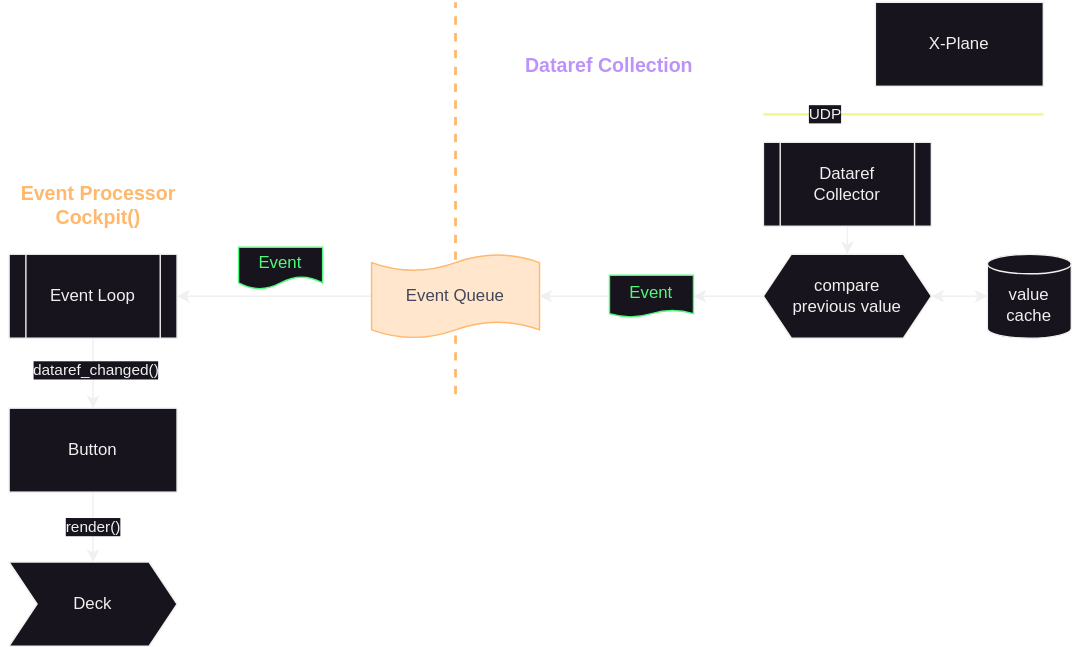
devleaks/cockpitdecks-docs keeps this draw.io diagram as docs/images/dataref updates.svg. Above is the earlier version. Source tidied: cells renumbered, new cells last; positions are measured from the earlier drawing's top-left corner, leaving out a move shared by most shapes.
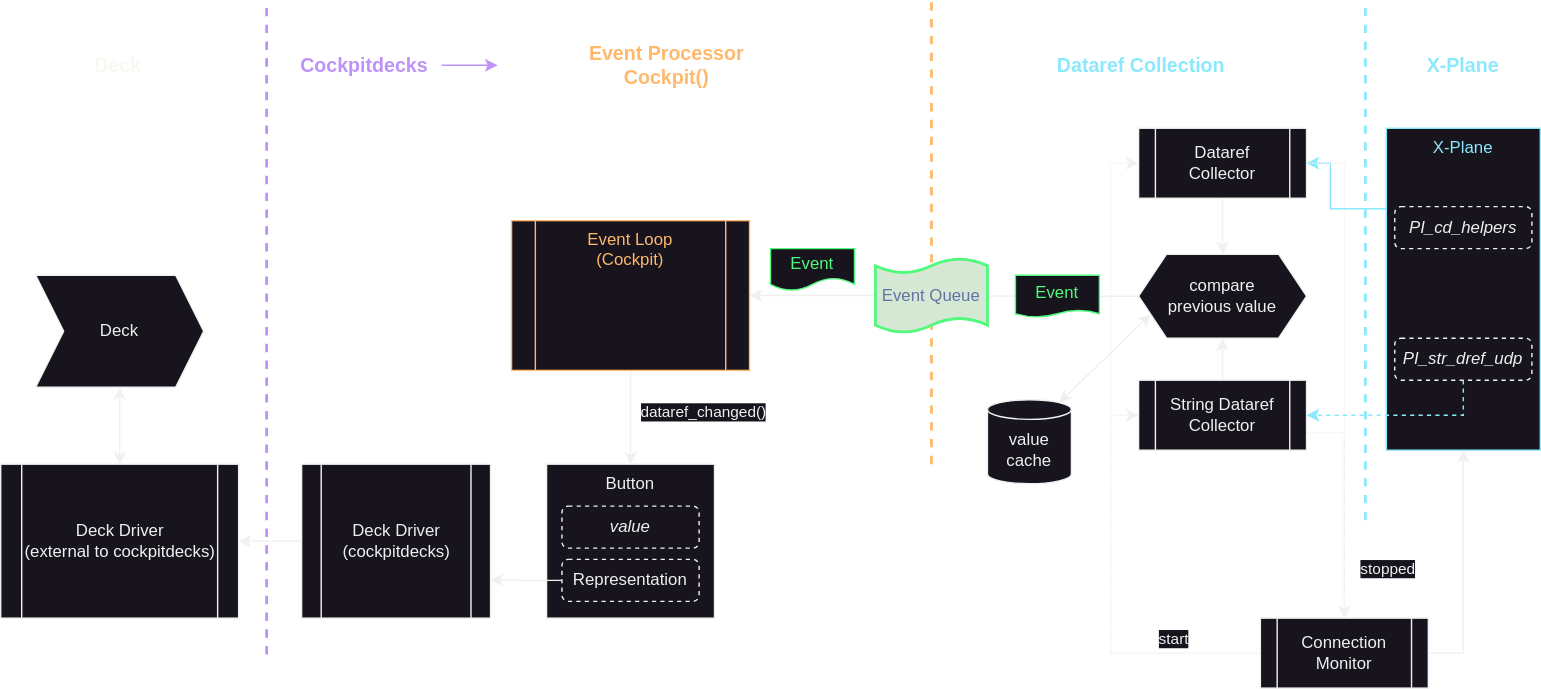
The same diagram one commit later.

Commit message:
nicer architecture graphics

What changed in the source:
```diff
@@ -4,78 +4,184 @@
     <mxCell id="1" parent="0" />
     <mxCell id="2" style="endArrow=none;html=1;rounded=0;strokeWidth=2;strokeColor=#FFB86C;dashed=1;" parent="1" edge="1">
       <mxGeometry relative="1" as="geometry">
-        <mxPoint x="325" y="280" as="sourcePoint" />
-        <mxPoint x="325" as="targetPoint" />
+        <mxPoint x="320" y="340" as="sourcePoint" />
+        <mxPoint x="320" y="10" as="targetPoint" />
       </mxGeometry>
     </mxCell>
-    <mxCell id="3" style="endArrow=none;html=1;rounded=0;strokeWidth=2;strokeColor=#F1FA8C;" parent="1" edge="1">
-      <mxGeometry relative="1" as="geometry">
-        <mxPoint x="745" y="80" as="sourcePoint" />
-        <mxPoint x="545" y="80" as="targetPoint" />
-      </mxGeometry>
-    </mxCell>
-    <mxCell id="4" value="UDP" style="edgeLabel;html=1;align=center;verticalAlign=middle;" parent="3" vertex="1">
-      <mxGeometry x="0.57" y="-1" relative="1" as="geometry" />
-    </mxCell>
+    <mxCell id="25" style="edgeStyle=orthogonalEdgeStyle;rounded=0;jettySize=auto;html=1;exitX=0;exitY=0.25;exitDx=0;exitDy=0;entryX=1;entryY=0.5;entryDx=0;entryDy=0;strokeColor=#8BE9FD;" parent="1" edge="1" source="5" target="7">
+      <mxGeometry relative="1" as="geometry">
+        <Array as="points">
+          <mxPoint x="605" y="158" />
+          <mxPoint x="605" y="125" />
+        </Array>
+      </mxGeometry>
+    </mxCell>
-    <mxCell id="5" value="X-Plane" style="rounded=0;whiteSpace=wrap;html=1;" parent="1" vertex="1">
-      <mxGeometry x="625" width="120" height="60" as="geometry" />
+    <mxCell id="5" value="X-Plane" style="rounded=0;whiteSpace=wrap;html=1;fontColor=#8BE9FD;strokeColor=#8BE9FD;verticalAlign=top;" parent="1" vertex="1">
+      <mxGeometry x="645" y="100" width="110" height="230" as="geometry" />
     </mxCell>
     <mxCell id="6" style="edgeStyle=orthogonalEdgeStyle;rounded=0;jettySize=auto;html=1;exitX=0.5;exitY=1;exitDx=0;exitDy=0;entryX=0.5;entryY=0;entryDx=0;entryDy=0;" parent="1" edge="1" source="7" target="8">
       <mxGeometry relative="1" as="geometry" />
     </mxCell>
+    <mxCell id="26" style="edgeStyle=orthogonalEdgeStyle;rounded=0;jettySize=auto;html=1;entryX=0.5;entryY=0;entryDx=0;entryDy=0;dashed=1;dashPattern=1 1;" parent="1" edge="1" source="7" target="51">
+      <mxGeometry relative="1" as="geometry">
+        <Array as="points">
+          <mxPoint x="615" y="125" />
+        </Array>
+      </mxGeometry>
+    </mxCell>
     <mxCell id="7" value="Dataref&lt;div&gt;Collector&lt;/div&gt;" style="shape=process;whiteSpace=wrap;html=1;backgroundOutline=1;" parent="1" vertex="1">
-      <mxGeometry x="545" y="100" width="120" height="60" as="geometry" />
+      <mxGeometry x="468" y="100" width="120" height="50" as="geometry" />
     </mxCell>
     <mxCell id="8" value="compare&lt;div&gt;previous value&lt;/div&gt;" style="shape=hexagon;perimeter=hexagonPerimeter2;whiteSpace=wrap;html=1;fixedSize=1;" parent="1" vertex="1">
-      <mxGeometry x="545" y="180" width="120" height="60" as="geometry" />
+      <mxGeometry x="468" y="190" width="120" height="60" as="geometry" />
     </mxCell>
-    <mxCell id="9" style="edgeStyle=orthogonalEdgeStyle;rounded=0;jettySize=auto;html=1;entryX=1;entryY=0.5;entryDx=0;entryDy=0;" parent="1" edge="1" source="10" target="14">
-      <mxGeometry relative="1" as="geometry" />
-    </mxCell>
-    <mxCell id="10" value="Event Queue" style="shape=tape;whiteSpace=wrap;html=1;size=0.2;fillColor=#ffe6cc;strokeColor=#FFB86C;fontColor=#44475A;" parent="1" vertex="1">
-      <mxGeometry x="265" y="180" width="120" height="60" as="geometry" />
-    </mxCell>
-    <mxCell id="11" style="edgeStyle=orthogonalEdgeStyle;rounded=0;jettySize=auto;html=1;exitX=0;exitY=0.5;exitDx=0;exitDy=0;entryX=1;entryY=0.5;entryDx=0;entryDy=0;entryPerimeter=0;" parent="1" edge="1" source="24" target="10">
-      <mxGeometry relative="1" as="geometry" />
+    <mxCell id="11" style="edgeStyle=orthogonalEdgeStyle;rounded=0;jettySize=auto;html=1;exitX=0;exitY=0.5;exitDx=0;exitDy=0;entryX=1;entryY=0.5;entryDx=0;entryDy=0;entryPerimeter=0;" parent="1" edge="1" source="24">
+      <mxGeometry relative="1" as="geometry">
+        <mxPoint x="320" y="219.5" as="targetPoint" />
+      </mxGeometry>
     </mxCell>
-    <mxCell id="12" style="edgeStyle=orthogonalEdgeStyle;rounded=0;jettySize=auto;html=1;entryX=0.5;entryY=0;entryDx=0;entryDy=0;" parent="1" edge="1" source="14" target="16">
+    <mxCell id="12" style="edgeStyle=orthogonalEdgeStyle;rounded=0;jettySize=auto;html=1;entryX=0.5;entryY=0;entryDx=0;entryDy=0;exitX=0.5;exitY=1;exitDx=0;exitDy=0;" parent="1" edge="1" source="28" target="16">
       <mxGeometry relative="1" as="geometry" />
     </mxCell>
     <mxCell id="13" value="dataref_changed()" style="edgeLabel;html=1;align=center;verticalAlign=middle;" parent="12" vertex="1">
-      <mxGeometry x="-0.12" y="1" relative="1" as="geometry" />
+      <mxGeometry x="-0.12" y="1" relative="1" as="geometry">
+        <mxPoint x="50" as="offset" />
+      </mxGeometry>
     </mxCell>
-    <mxCell id="14" value="Event Loop" style="shape=process;whiteSpace=wrap;html=1;backgroundOutline=1;" parent="1" vertex="1">
-      <mxGeometry x="6" y="180" width="120" height="60" as="geometry" />
-    </mxCell>
-    <mxCell id="15" value="render()" style="edgeStyle=orthogonalEdgeStyle;rounded=0;jettySize=auto;html=1;exitX=0.5;exitY=1;exitDx=0;exitDy=0;entryX=0.5;entryY=0;entryDx=0;entryDy=0;" parent="1" edge="1" source="16" target="17">
-      <mxGeometry relative="1" as="geometry" />
-    </mxCell>
-    <mxCell id="16" value="Button" style="rounded=0;whiteSpace=wrap;html=1;" parent="1" vertex="1">
-      <mxGeometry x="6" y="290" width="120" height="60" as="geometry" />
-    </mxCell>
-    <mxCell id="17" value="Deck" style="shape=step;perimeter=stepPerimeter;whiteSpace=wrap;html=1;fixedSize=1;" parent="1" vertex="1">
-      <mxGeometry x="6" y="400" width="120" height="60" as="geometry" />
-    </mxCell>
-    <mxCell id="18" value="Dataref Collection" style="text;html=1;align=center;verticalAlign=middle;whiteSpace=wrap;rounded=0;fontSize=14;fontStyle=1;fontColor=#BD93F9;" parent="1" vertex="1">
-      <mxGeometry x="365" y="30" width="140" height="30" as="geometry" />
+    <mxCell id="18" value="Dataref Collection" style="text;html=1;align=center;verticalAlign=middle;whiteSpace=wrap;rounded=0;fontSize=14;fontStyle=1;fontColor=#8BE9FD;" parent="1" vertex="1">
+      <mxGeometry x="400" y="40" width="140" height="30" as="geometry" />
     </mxCell>
     <mxCell id="19" value="Event Processor&lt;div&gt;Cockpit()&lt;/div&gt;" style="text;html=1;align=center;verticalAlign=middle;whiteSpace=wrap;rounded=0;fontSize=14;fontStyle=1;fontColor=#FFB86C;" parent="1" vertex="1">
-      <mxGeometry y="130" width="140" height="30" as="geometry" />
+      <mxGeometry x="61" y="40" width="140" height="30" as="geometry" />
     </mxCell>
-    <mxCell id="20" style="edgeStyle=orthogonalEdgeStyle;rounded=0;jettySize=auto;html=1;entryX=1;entryY=0.5;entryDx=0;entryDy=0;startArrow=classic;startFill=1;" parent="1" edge="1" source="21" target="8">
+    <mxCell id="20" style="rounded=0;jettySize=auto;html=1;entryX=0;entryY=0.75;entryDx=0;entryDy=0;startArrow=classic;startFill=1;exitX=0.855;exitY=0;exitDx=0;exitDy=2.03;exitPerimeter=0;" parent="1" edge="1" source="21" target="8">
       <mxGeometry relative="1" as="geometry" />
     </mxCell>
     <mxCell id="21" value="value cache" style="shape=cylinder3;whiteSpace=wrap;html=1;boundedLbl=1;backgroundOutline=1;size=7;" parent="1" vertex="1">
-      <mxGeometry x="705" y="180" width="60" height="60" as="geometry" />
+      <mxGeometry x="360" y="294" width="60" height="60" as="geometry" />
     </mxCell>
     <mxCell id="22" value="Event" style="shape=document;whiteSpace=wrap;html=1;boundedLbl=1;fontColor=#50FA7B;strokeColor=#50FA7B;" parent="1" vertex="1">
-      <mxGeometry x="170" y="175" width="60" height="30" as="geometry" />
+      <mxGeometry x="205" y="186" width="60" height="30" as="geometry" />
     </mxCell>
-    <mxCell id="23" style="edgeStyle=orthogonalEdgeStyle;rounded=0;jettySize=auto;html=1;exitX=0;exitY=0.5;exitDx=0;exitDy=0;entryX=1;entryY=0.5;entryDx=0;entryDy=0;entryPerimeter=0;" parent="1" edge="1" source="8" target="24">
-      <mxGeometry relative="1" as="geometry" />
+    <mxCell id="23" style="edgeStyle=orthogonalEdgeStyle;rounded=0;jettySize=auto;html=1;exitX=0;exitY=0.5;exitDx=0;exitDy=0;entryX=1;entryY=0.5;entryDx=0;entryDy=0;entryPerimeter=0;" parent="1" edge="1" source="8">
+      <mxGeometry relative="1" as="geometry">
+        <mxPoint x="390" y="220" as="targetPoint" />
+      </mxGeometry>
     </mxCell>
     <mxCell id="24" value="Event" style="shape=document;whiteSpace=wrap;html=1;boundedLbl=1;fontColor=#50FA7B;strokeColor=#50FA7B;size=0.16666666666666666;" parent="1" vertex="1">
-      <mxGeometry x="435" y="195" width="60" height="30" as="geometry" />
+      <mxGeometry x="380" y="205" width="60" height="30" as="geometry" />
     </mxCell>
+    <mxCell id="27" style="edgeStyle=orthogonalEdgeStyle;rounded=0;jettySize=auto;html=1;" parent="1" edge="1" source="10" target="28">
+      <mxGeometry relative="1" as="geometry" />
+    </mxCell>
+    <mxCell id="10" value="&lt;font color=&quot;#6272a4&quot;&gt;Event Queue&lt;/font&gt;" style="shape=tape;whiteSpace=wrap;html=1;size=0.2;fillColor=#d5e8d4;strokeColor=#50FA7B;strokeWidth=2;" parent="1" vertex="1">
+      <mxGeometry x="280" y="193" width="80" height="53" as="geometry" />
+    </mxCell>
+    <mxCell id="28" value="&lt;div&gt;Event Loop&lt;/div&gt;&lt;div&gt;(Cockpit)&lt;/div&gt;" style="shape=process;whiteSpace=wrap;html=1;backgroundOutline=1;verticalAlign=top;strokeColor=#FFB86C;fontColor=#FFB86C;" parent="1" vertex="1">
+      <mxGeometry x="20" y="166" width="170" height="107" as="geometry" />
+    </mxCell>
+    <mxCell id="16" value="Button" style="rounded=0;whiteSpace=wrap;html=1;verticalAlign=top;" parent="1" vertex="1">
+      <mxGeometry x="45" y="340" width="120" height="110" as="geometry" />
+    </mxCell>
+    <mxCell id="29" style="edgeStyle=orthogonalEdgeStyle;rounded=0;jettySize=auto;html=1;entryX=1;entryY=0.75;entryDx=0;entryDy=0;" parent="1" edge="1" source="30" target="34">
+      <mxGeometry relative="1" as="geometry" />
+    </mxCell>
+    <mxCell id="30" value="Representation" style="rounded=1;whiteSpace=wrap;html=1;dashed=1;" parent="1" vertex="1">
+      <mxGeometry x="56" y="408" width="98" height="30" as="geometry" />
+    </mxCell>
+    <mxCell id="31" style="edgeStyle=orthogonalEdgeStyle;rounded=0;jettySize=auto;html=1;exitX=0.5;exitY=1;exitDx=0;exitDy=0;entryX=0.5;entryY=0;entryDx=0;entryDy=0;startArrow=classic;startFill=1;" parent="1" edge="1" source="17" target="32">
+      <mxGeometry relative="1" as="geometry" />
+    </mxCell>
+    <mxCell id="17" value="Deck" style="shape=step;perimeter=stepPerimeter;whiteSpace=wrap;html=1;fixedSize=1;" parent="1" vertex="1">
+      <mxGeometry x="-320" y="205" width="120" height="80" as="geometry" />
+    </mxCell>
+    <mxCell id="32" value="Deck Driver&lt;div&gt;(external to cockpitdecks)&lt;/div&gt;" style="shape=process;whiteSpace=wrap;html=1;backgroundOutline=1;verticalAlign=middle;size=0.08571428571428572;" parent="1" vertex="1">
+      <mxGeometry x="-345" y="340" width="170" height="110" as="geometry" />
+    </mxCell>
+    <mxCell id="33" style="edgeStyle=orthogonalEdgeStyle;rounded=0;jettySize=auto;html=1;entryX=1;entryY=0.5;entryDx=0;entryDy=0;" parent="1" edge="1" source="34" target="32">
+      <mxGeometry relative="1" as="geometry" />
+    </mxCell>
+    <mxCell id="34" value="Deck Driver&lt;div&gt;(cockpitdecks)&lt;/div&gt;" style="shape=process;whiteSpace=wrap;html=1;backgroundOutline=1;verticalAlign=middle;" parent="1" vertex="1">
+      <mxGeometry x="-130" y="340" width="135" height="110" as="geometry" />
+    </mxCell>
+    <mxCell id="35" style="endArrow=none;html=1;rounded=0;strokeWidth=2;strokeColor=#BD93F9;dashed=1;" parent="1" edge="1">
+      <mxGeometry relative="1" as="geometry">
+        <mxPoint x="-155" y="476" as="sourcePoint" />
+        <mxPoint x="-155" y="14" as="targetPoint" />
+      </mxGeometry>
+    </mxCell>
+    <mxCell id="36" style="edgeStyle=orthogonalEdgeStyle;rounded=0;jettySize=auto;html=1;fontColor=#BD93F9;strokeColor=#BD93F9;" parent="1" edge="1" source="37">
+      <mxGeometry relative="1" as="geometry">
+        <mxPoint x="10" y="55" as="targetPoint" />
+      </mxGeometry>
+    </mxCell>
+    <mxCell id="37" value="Cockpitdecks" style="text;html=1;align=center;verticalAlign=middle;whiteSpace=wrap;rounded=0;fontSize=14;fontStyle=1;fontColor=#BD93F9;" parent="1" vertex="1">
+      <mxGeometry x="-140" y="40" width="110" height="30" as="geometry" />
+    </mxCell>
+    <mxCell id="38" value="Deck" style="text;html=1;align=center;verticalAlign=middle;whiteSpace=wrap;rounded=0;fontSize=14;fontStyle=1;fontColor=#F8F8F2;" parent="1" vertex="1">
+      <mxGeometry x="-295" y="40" width="68" height="30" as="geometry" />
+    </mxCell>
+    <mxCell id="39" value="value" style="rounded=1;whiteSpace=wrap;html=1;dashed=1;fontStyle=2;" parent="1" vertex="1">
+      <mxGeometry x="56" y="370" width="98" height="30" as="geometry" />
+    </mxCell>
+    <mxCell id="40" style="edgeStyle=orthogonalEdgeStyle;rounded=0;jettySize=auto;html=1;entryX=0.5;entryY=1;entryDx=0;entryDy=0;" parent="1" edge="1" source="43" target="8">
+      <mxGeometry relative="1" as="geometry" />
+    </mxCell>
+    <mxCell id="41" style="edgeStyle=orthogonalEdgeStyle;rounded=0;jettySize=auto;html=1;exitX=1;exitY=0.75;exitDx=0;exitDy=0;dashed=1;dashPattern=1 1;" parent="1" edge="1" source="43" target="51">
+      <mxGeometry relative="1" as="geometry" />
+    </mxCell>
+    <mxCell id="42" value="stopped" style="edgeLabel;html=1;align=center;verticalAlign=middle;" parent="41" vertex="1">
+      <mxGeometry x="0.55" relative="1" as="geometry">
+        <mxPoint x="30" as="offset" />
+      </mxGeometry>
+    </mxCell>
+    <mxCell id="43" value="String Dataref&lt;div&gt;Collector&lt;/div&gt;" style="shape=process;whiteSpace=wrap;html=1;backgroundOutline=1;" parent="1" vertex="1">
+      <mxGeometry x="468" y="280" width="120" height="50" as="geometry" />
+    </mxCell>
+    <mxCell id="44" style="edgeStyle=orthogonalEdgeStyle;rounded=0;jettySize=auto;html=1;entryX=1;entryY=0.5;entryDx=0;entryDy=0;exitX=0.5;exitY=1;exitDx=0;exitDy=0;dashed=1;strokeColor=#8BE9FD;" parent="1" edge="1" source="45" target="43">
+      <mxGeometry relative="1" as="geometry" />
+    </mxCell>
+    <mxCell id="45" value="PI_str_dref_udp" style="rounded=1;whiteSpace=wrap;html=1;dashed=1;fontStyle=2;" parent="1" vertex="1">
+      <mxGeometry x="651" y="250" width="98" height="30" as="geometry" />
+    </mxCell>
+    <mxCell id="46" value="PI_cd_helpers" style="rounded=1;whiteSpace=wrap;html=1;dashed=1;fontStyle=2;" parent="1" vertex="1">
+      <mxGeometry x="651" y="156" width="98" height="30" as="geometry" />
+    </mxCell>
+    <mxCell id="47" style="edgeStyle=orthogonalEdgeStyle;rounded=0;jettySize=auto;html=1;exitX=1;exitY=0.5;exitDx=0;exitDy=0;" parent="1" edge="1" source="51" target="5">
+      <mxGeometry relative="1" as="geometry" />
+    </mxCell>
+    <mxCell id="48" style="edgeStyle=orthogonalEdgeStyle;rounded=0;jettySize=auto;html=1;entryX=0;entryY=0.5;entryDx=0;entryDy=0;dashed=1;dashPattern=1 1;" parent="1" edge="1" source="51" target="7">
+      <mxGeometry relative="1" as="geometry">
+        <Array as="points">
+          <mxPoint x="448" y="475" />
+          <mxPoint x="448" y="125" />
+        </Array>
+      </mxGeometry>
+    </mxCell>
+    <mxCell id="49" style="edgeStyle=orthogonalEdgeStyle;rounded=0;jettySize=auto;html=1;entryX=0;entryY=0.5;entryDx=0;entryDy=0;dashed=1;dashPattern=1 1;" parent="1" edge="1" source="51" target="43">
+      <mxGeometry relative="1" as="geometry">
+        <Array as="points">
+          <mxPoint x="448" y="475" />
+          <mxPoint x="448" y="305" />
+        </Array>
+      </mxGeometry>
+    </mxCell>
+    <mxCell id="50" value="start" style="edgeLabel;html=1;align=center;verticalAlign=middle;" parent="49" vertex="1">
+      <mxGeometry x="-0.58" y="2" relative="1" as="geometry">
+        <mxPoint y="-13" as="offset" />
+      </mxGeometry>
+    </mxCell>
+    <mxCell id="51" value="Connection&lt;div&gt;Monitor&lt;/div&gt;" style="shape=process;whiteSpace=wrap;html=1;backgroundOutline=1;" parent="1" vertex="1">
+      <mxGeometry x="555" y="450" width="120" height="50" as="geometry" />
+    </mxCell>
+    <mxCell id="52" style="endArrow=none;html=1;rounded=0;strokeWidth=2;strokeColor=#8BE9FD;dashed=1;" parent="1" edge="1">
+      <mxGeometry relative="1" as="geometry">
+        <mxPoint x="630" y="380" as="sourcePoint" />
+        <mxPoint x="630" y="10" as="targetPoint" />
+      </mxGeometry>
+    </mxCell>
+    <mxCell id="53" value="X-Plane" style="text;html=1;align=center;verticalAlign=middle;whiteSpace=wrap;rounded=0;fontSize=14;fontStyle=1;fontColor=#8BE9FD;" parent="1" vertex="1">
+      <mxGeometry x="665" y="40" width="70" height="30" as="geometry" />
+    </mxCell>
   </root>
 </mxGraphModel>
```
